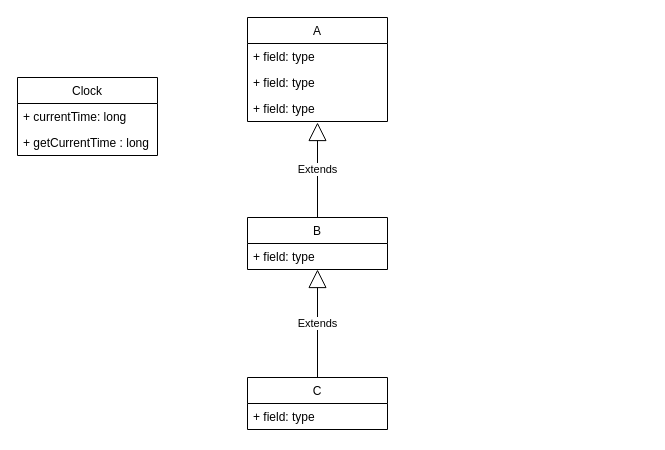
The draw.io diagram drawings/UML Class diagram.drawio in promsoc-arlon-be/Uml, before the edit. Source tidied: cells renumbered, new cells numbered last; positions are measured from the earlier drawing's top-left corner, leaving out a move shared by most shapes. Both pictures are drawn from the tidied source at 100%, with x=0, y=0 at pixel (17, 17).
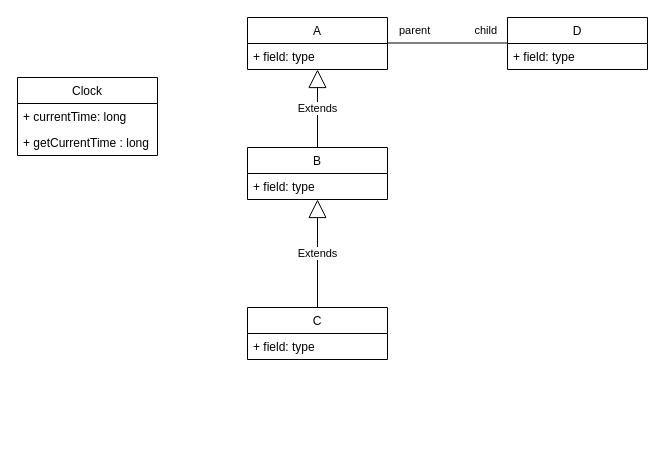
Above is the later version.

The edit, as a diff of the source:
```diff
@@
     <mxCell id="5" value="A" style="swimlane;fontStyle=0;horizontal=1;startSize=26;fillColor=none;" parent="1" vertex="1">
-      <mxGeometry x="230" width="140" height="104" as="geometry" />
+      <mxGeometry x="230" width="140" height="52" as="geometry" />
     </mxCell>
@@
-    <mxCell id="7" value="+ field: type" style="text;strokeColor=none;fillColor=none;align=left;verticalAlign=top;spacingLeft=4;spacingRight=4;overflow=hidden;" parent="5" vertex="1">
-      <mxGeometry y="52" width="140" height="26" as="geometry" />
-    </mxCell>
-    <mxCell id="8" value="+ field: type" style="text;strokeColor=none;fillColor=none;align=left;verticalAlign=top;spacingLeft=4;spacingRight=4;overflow=hidden;" parent="5" vertex="1">
-      <mxGeometry y="78" width="140" height="26" as="geometry" />
-    </mxCell>
     <mxCell id="9" value="B" style="swimlane;fontStyle=0;horizontal=1;startSize=26;fillColor=none;" parent="1" vertex="1">
-      <mxGeometry x="230" y="200" width="140" height="52" as="geometry" />
+      <mxGeometry x="230" y="130" width="140" height="52" as="geometry" />
     </mxCell>
@@
     <mxCell id="11" value="C" style="swimlane;fontStyle=0;horizontal=1;startSize=26;fillColor=none;" parent="1" vertex="1">
-      <mxGeometry x="230" y="360" width="140" height="52" as="geometry" />
+      <mxGeometry x="230" y="290" width="140" height="52" as="geometry" />
     </mxCell>
@@
-    <mxCell id="13" value="Extends" style="endArrow=block;endSize=16;endFill=0;html=1;exitX=0.5;exitY=0;exitDx=0;exitDy=0;" parent="1" edge="1" source="9">
-      <mxGeometry relative="1" as="geometry">
-        <mxPoint x="300" y="105" as="targetPoint" />
-      </mxGeometry>
+    <mxCell id="13" value="Extends" style="endArrow=block;endSize=16;endFill=0;html=1;exitX=0.5;exitY=0;exitDx=0;exitDy=0;entryX=0.5;entryY=1;entryDx=0;entryDy=0;" parent="1" edge="1" source="9" target="5">
+      <mxGeometry relative="1" as="geometry" />
     </mxCell>
@@
+    <mxCell id="15" value="D" style="swimlane;fontStyle=0;horizontal=1;startSize=26;fillColor=none;" parent="1" vertex="1">
+      <mxGeometry x="490" width="140" height="52" as="geometry" />
+    </mxCell>
+    <mxCell id="16" value="+ field: type" style="text;strokeColor=none;fillColor=none;align=left;verticalAlign=top;spacingLeft=4;spacingRight=4;overflow=hidden;" parent="15" vertex="1">
+      <mxGeometry y="26" width="140" height="26" as="geometry" />
+    </mxCell>
+    <mxCell id="17" style="endArrow=none;html=1;edgeStyle=orthogonalEdgeStyle;exitX=1;exitY=0.5;exitDx=0;exitDy=0;" parent="1" edge="1">
+      <mxGeometry relative="1" as="geometry">
+        <mxPoint x="370" y="25.5" as="sourcePoint" />
+        <mxPoint x="490" y="25.5" as="targetPoint" />
+      </mxGeometry>
+    </mxCell>
+    <mxCell id="18" value="parent" style="edgeLabel;html=1;align=left;verticalAlign=bottom;" parent="17" vertex="1">
+      <mxGeometry x="-1" relative="1" as="geometry">
+        <mxPoint x="10" y="-5" as="offset" />
+      </mxGeometry>
+    </mxCell>
+    <mxCell id="19" value="child" style="edgeLabel;html=1;align=right;verticalAlign=bottom;" parent="17" vertex="1">
+      <mxGeometry x="1" relative="1" as="geometry">
+        <mxPoint x="-10" y="-5" as="offset" />
+      </mxGeometry>
+    </mxCell>
```
